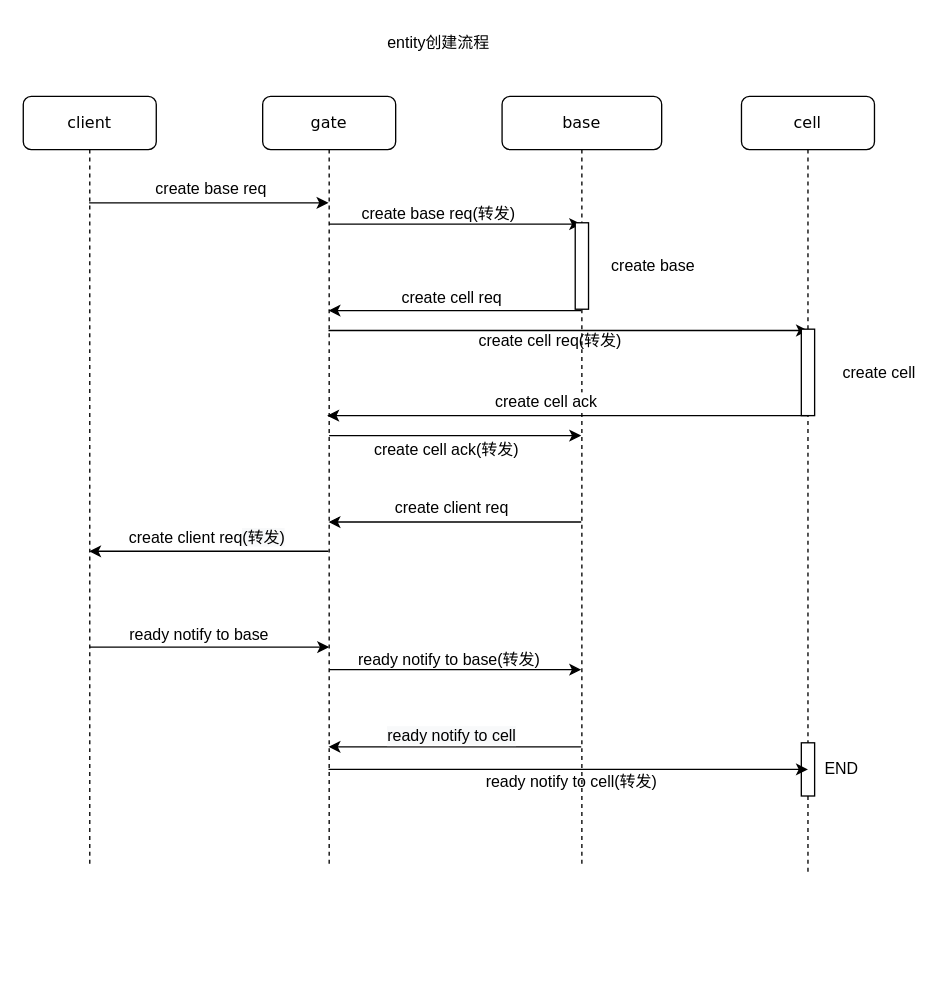
The draw.io diagram doc/流程图/entity创建流程.drawio in 610789338/yjengine, before the edit. Source tidied: cells renumbered, new cells numbered last; positions are measured from the earlier drawing's top-left corner, leaving out a move shared by most shapes. Both pictures are drawn from the tidied source at 133%, with x=0, y=0 at pixel (23, 23).
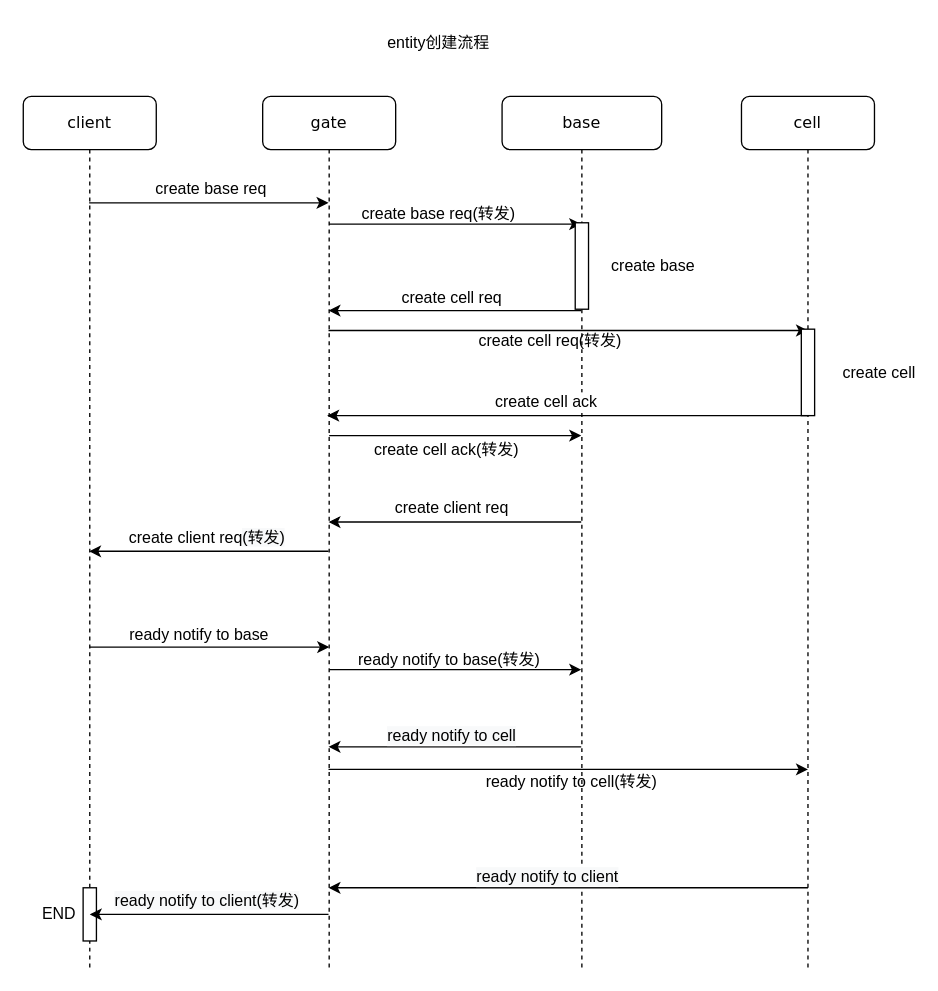
The same diagram, later.

Commit message (it also covers changes not shown here):
提交entity灾备流程图

Diff of the diagram source:
```diff
@@
     <mxCell id="2" value="gate" style="shape=umlLifeline;perimeter=lifelinePerimeter;whiteSpace=wrap;html=1;outlineConnect=0;rounded=1;shadow=0;comic=0;labelBackgroundColor=none;strokeWidth=1;fontFamily=Verdana;fontSize=12;align=center;" parent="1" vertex="1">
-      <mxGeometry x="180" y="55" width="100" height="580" as="geometry" />
+      <mxGeometry x="180" y="55" width="100" height="655" as="geometry" />
     </mxCell>
     <mxCell id="3" value="base" style="shape=umlLifeline;perimeter=lifelinePerimeter;whiteSpace=wrap;html=1;outlineConnect=0;rounded=1;shadow=0;comic=0;labelBackgroundColor=none;strokeWidth=1;fontFamily=Verdana;fontSize=12;align=center;" parent="1" vertex="1">
-      <mxGeometry x="360" y="55" width="120" height="580" as="geometry" />
+      <mxGeometry x="360" y="55" width="120" height="655" as="geometry" />
     </mxCell>
@@
+    <mxCell id="33" style="endArrow=classic;html=1;rounded=0;fontSize=12;" parent="3" edge="1" target="2">
+      <mxGeometry relative="1" as="geometry">
+        <mxPoint x="230" y="595" as="sourcePoint" />
+        <Array as="points">
+          <mxPoint x="90.5" y="595" />
+        </Array>
+      </mxGeometry>
+    </mxCell>
+    <mxCell id="34" value="&lt;span style=&quot;background-color: rgb(248, 249, 250);&quot;&gt;ready notify to client&lt;/span&gt;" style="edgeLabel;html=1;align=center;verticalAlign=middle;fontSize=12;" parent="33" vertex="1">
+      <mxGeometry x="0.16" y="-1" relative="1" as="geometry">
+        <mxPoint x="12" y="-8" as="offset" />
+      </mxGeometry>
+    </mxCell>
     <mxCell id="7" value="cell" style="shape=umlLifeline;perimeter=lifelinePerimeter;whiteSpace=wrap;html=1;outlineConnect=0;rounded=1;shadow=0;comic=0;labelBackgroundColor=none;strokeWidth=1;fontFamily=Verdana;fontSize=12;align=center;" parent="1" vertex="1">
-      <mxGeometry x="540" y="55" width="100" height="585" as="geometry" />
+      <mxGeometry x="540" y="55" width="100" height="655" as="geometry" />
     </mxCell>
-    <mxCell id="8" value="&amp;nbsp; &amp;nbsp; &amp;nbsp; &amp;nbsp; &amp;nbsp; &amp;nbsp; &amp;nbsp; &amp;nbsp;END" style="html=1;perimeter=orthogonalPerimeter;" parent="7" vertex="1">
-      <mxGeometry x="45" y="486" width="10" height="40" as="geometry" />
-    </mxCell>
@@
     <mxCell id="10" value="client" style="shape=umlLifeline;perimeter=lifelinePerimeter;whiteSpace=wrap;html=1;outlineConnect=0;rounded=1;shadow=0;comic=0;labelBackgroundColor=none;strokeWidth=1;fontFamily=Verdana;fontSize=12;align=center;" parent="1" vertex="1">
-      <mxGeometry y="55" width="100" height="580" as="geometry" />
+      <mxGeometry y="55" width="100" height="655" as="geometry" />
     </mxCell>
+    <mxCell id="8" value="END&amp;nbsp; &amp;nbsp; &amp;nbsp; &amp;nbsp; &amp;nbsp; &amp;nbsp; &amp;nbsp;&amp;nbsp;" style="html=1;perimeter=orthogonalPerimeter;" parent="10" vertex="1">
+      <mxGeometry x="45" y="595" width="10" height="40" as="geometry" />
+    </mxCell>
+    <mxCell id="35" style="endArrow=classic;html=1;rounded=0;fontSize=12;" parent="10" edge="1" source="2">
+      <mxGeometry relative="1" as="geometry">
+        <mxPoint x="50" y="615" as="targetPoint" />
+        <Array as="points">
+          <mxPoint x="95.5" y="615" />
+        </Array>
+      </mxGeometry>
+    </mxCell>
+    <mxCell id="36" value="&lt;span style=&quot;background-color: rgb(248, 249, 250);&quot;&gt;ready notify to client(转发)&lt;/span&gt;" style="edgeLabel;html=1;align=center;verticalAlign=middle;fontSize=12;" parent="35" vertex="1">
+      <mxGeometry x="0.16" y="-1" relative="1" as="geometry">
+        <mxPoint x="12" y="-10" as="offset" />
+      </mxGeometry>
+    </mxCell>
```
